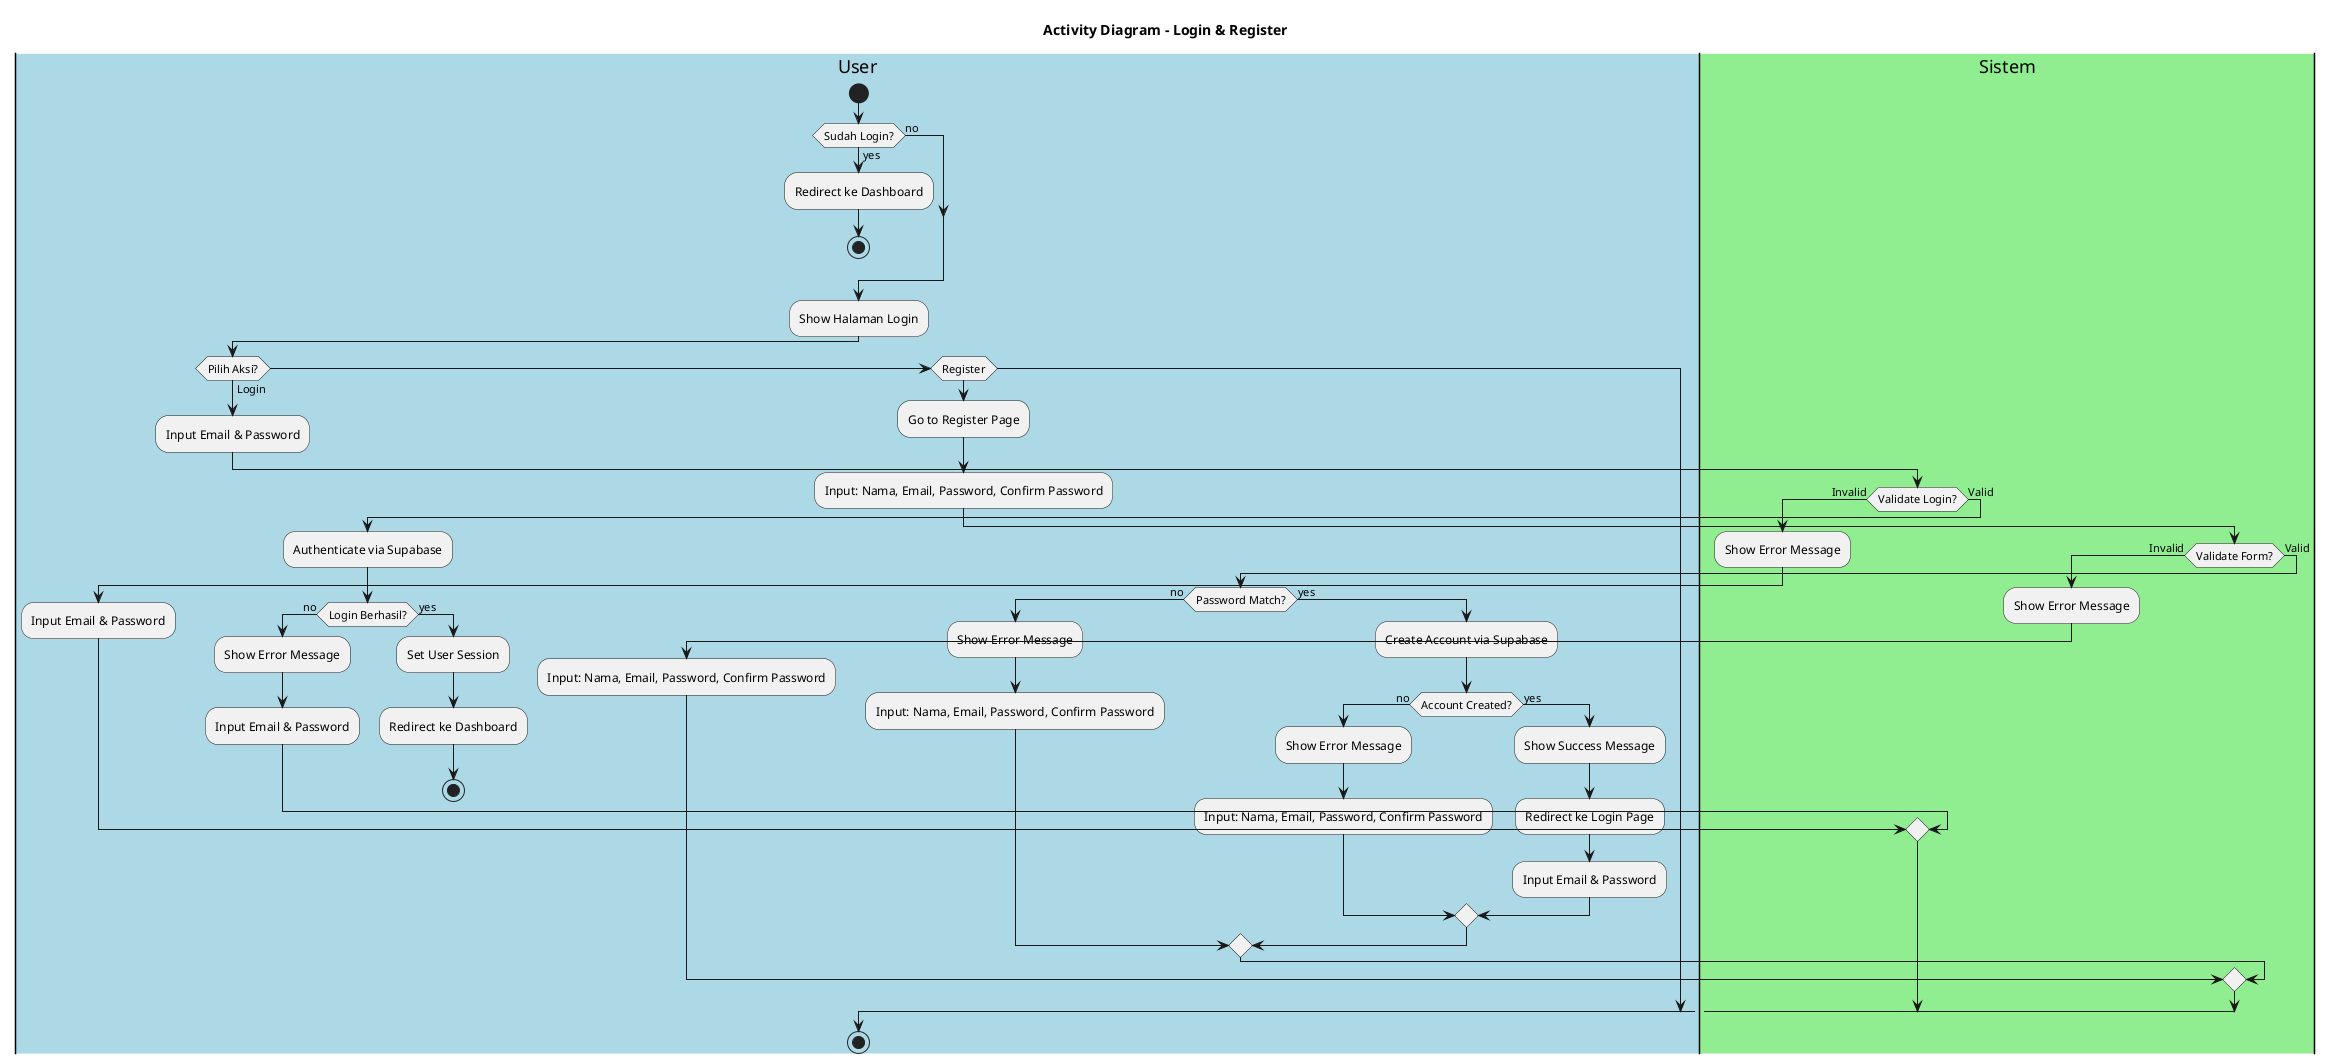
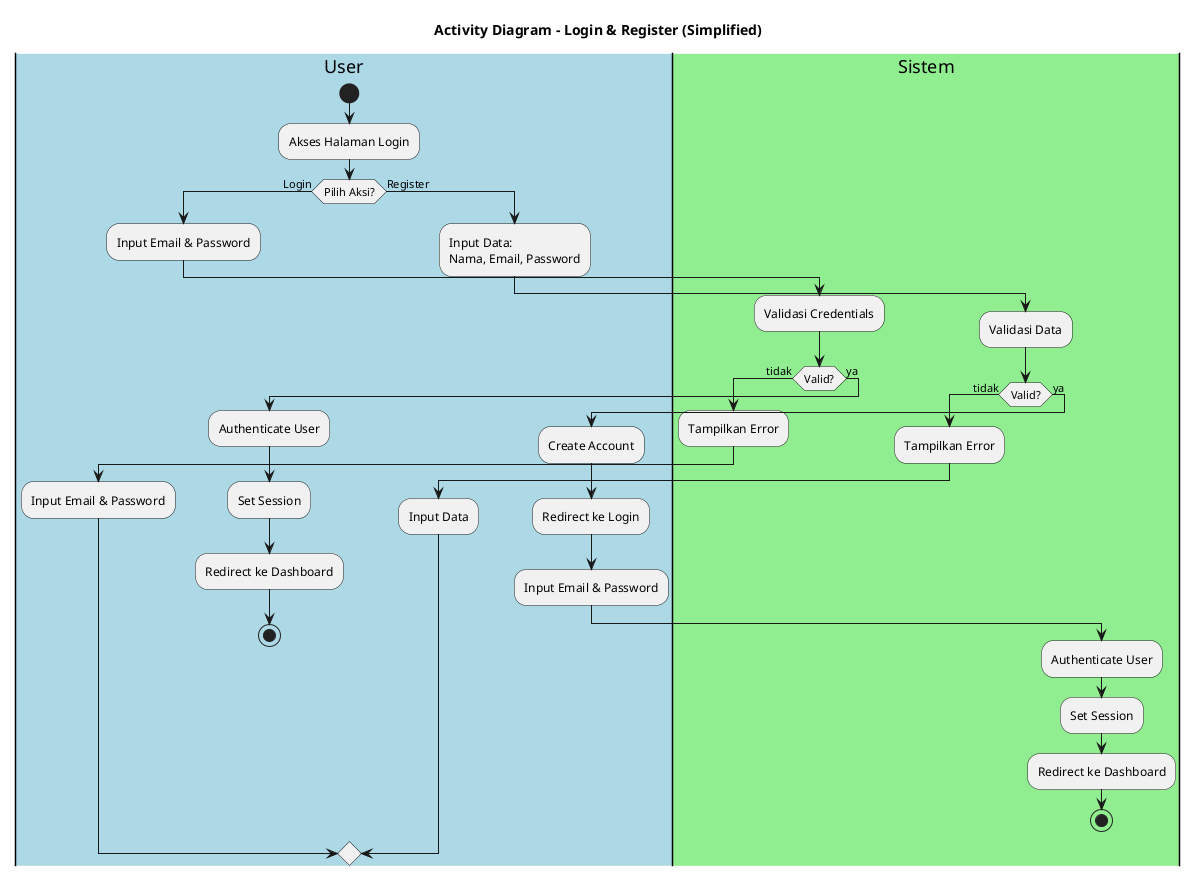
@startuml Activity Diagram - Login & Register
- title Activity Diagram - Login & Register
+ title Activity Diagram - Login & Register (Simplified)

|#LightBlue|User|
start
- if (Sudah Login?) then (yes)
-   :Redirect ke Dashboard;
-   stop
- else (no)
- endif
- 
- :Show Halaman Login;
+ :Akses Halaman Login;

if (Pilih Aksi?) then (Login)
  :Input Email & Password;
- 
  |#LightGreen|Sistem|
-   if (Validate Login?) then (Invalid)
-     :Show Error Message;
+   :Validasi Credentials;
+   if (Valid?) then (tidak)
+     :Tampilkan Error;
    |#LightBlue|User|
    :Input Email & Password;
-   else (Valid)
-     :Authenticate via Supabase;
- 
-     if (Login Berhasil?) then (no)
-       :Show Error Message;
-       |#LightBlue|User|
-       :Input Email & Password;
-     else (yes)
-       :Set User Session;
-       :Redirect ke Dashboard;
-       stop
-     endif
+   else (ya)
+     :Authenticate User;
+     :Set Session;
+     :Redirect ke Dashboard;
+     stop
  endif
- 
- elseif (Register) then
+ else (Register)
  |#LightBlue|User|
-   :Go to Register Page;
-   :Input: Nama, Email, Password, Confirm Password;
- 
+   :Input Data:\nNama, Email, Password;
  |#LightGreen|Sistem|
-   if (Validate Form?) then (Invalid)
-     :Show Error Message;
+   :Validasi Data;
+   if (Valid?) then (tidak)
+     :Tampilkan Error;
    |#LightBlue|User|
-     :Input: Nama, Email, Password, Confirm Password;
-   else (Valid)
-     if (Password Match?) then (no)
-       :Show Error Message;
-       |#LightBlue|User|
-       :Input: Nama, Email, Password, Confirm Password;
-     else (yes)
-       :Create Account via Supabase;
- 
-       if (Account Created?) then (no)
-         :Show Error Message;
-         |#LightBlue|User|
-         :Input: Nama, Email, Password, Confirm Password;
-       else (yes)
-         :Show Success Message;
-         :Redirect ke Login Page;
-         :Input Email & Password;
-       endif
-     endif
+     :Input Data;
+   else (ya)
+     :Create Account;
+     :Redirect ke Login;
+     |#LightBlue|User|
+     :Input Email & Password;
+     |#LightGreen|Sistem|
+     :Authenticate User;
+     :Set Session;
+     :Redirect ke Dashboard;
+     stop
  endif
endif

- stop
@enduml
- 
